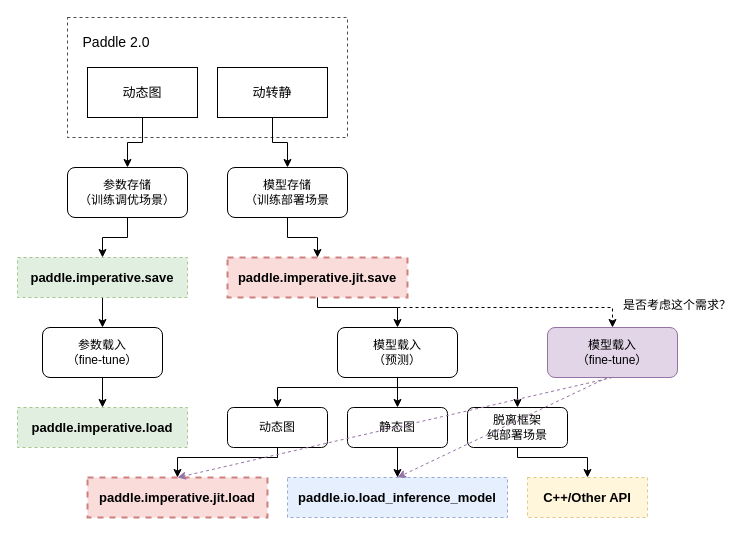
chenwhql/diagrams keeps this draw.io diagram as page "Page-2" (2 of 3) of save-load.drawio. Above is the earlier version. Source tidied: cells renumbered, new cells numbered last; positions are measured from the earlier drawing's top-left corner, leaving out a move shared by most shapes. Both pictures are drawn from the tidied source at 100%, with x=0, y=0 at pixel (17, 17).
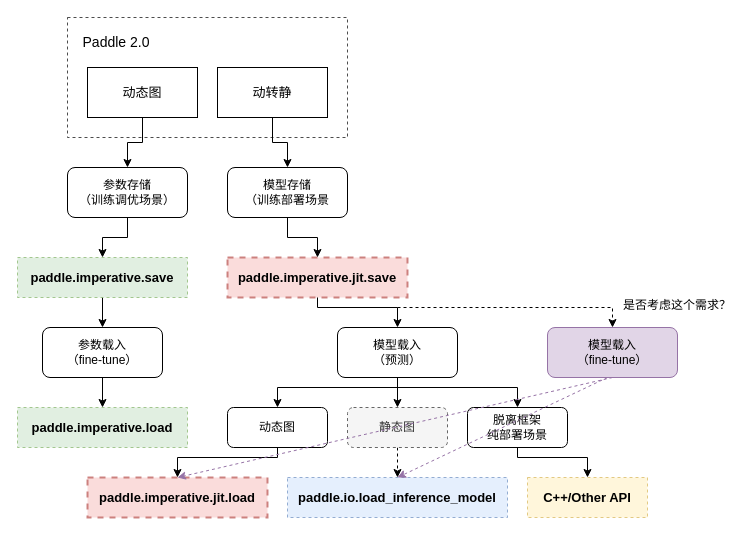
Above is the later version.

Unchanged cells that the change refers to:
```xml
<mxCell id="30" value="&lt;span&gt;paddle.io.load_inference_model&lt;/span&gt;" style="rounded=0;whiteSpace=wrap;html=1;dashed=1;fontSize=13;opacity=70;fillColor=#dae8fc;strokeColor=#6c8ebf;fontStyle=1;" parent="1" vertex="1">
  <mxGeometry x="270" y="460" width="220" height="40" as="geometry" />
</mxCell>
```

What changed in the source:
```diff
@@
-    <mxCell id="28" style="edgeStyle=orthogonalEdgeStyle;rounded=0;jettySize=auto;html=1;exitX=0.5;exitY=1;exitDx=0;exitDy=0;entryX=0.5;entryY=0;entryDx=0;entryDy=0;" parent="1" edge="1" source="29" target="30">
+    <mxCell id="28" style="edgeStyle=orthogonalEdgeStyle;rounded=0;jettySize=auto;html=1;exitX=0.5;exitY=1;exitDx=0;exitDy=0;entryX=0.5;entryY=0;entryDx=0;entryDy=0;dashed=1;" parent="1" edge="1" source="29" target="30">
       <mxGeometry relative="1" as="geometry" />
     </mxCell>
-    <mxCell id="29" value="静态图" style="rounded=1;whiteSpace=wrap;html=1;" parent="1" vertex="1">
+    <mxCell id="29" value="静态图" style="rounded=1;whiteSpace=wrap;html=1;fillColor=#f5f5f5;strokeColor=#666666;fontColor=#333333;dashed=1;" parent="1" vertex="1">
       <mxGeometry x="330" y="390" width="100" height="40" as="geometry" />
     </mxCell>
```
